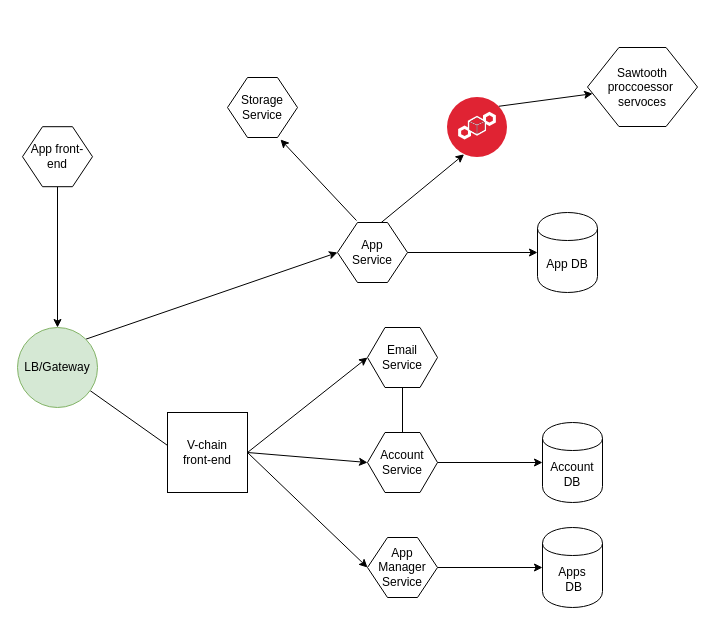
Above: page "architecture" (1 of 2) of v-chain microservices architecture.drawio in NTT-TNN/draw (draw.io), before the change. Source tidied: cells renumbered, new cells numbered last; positions are measured from the earlier drawing's top-left corner, leaving out a move shared by most shapes. Both pictures are drawn from the tidied source at 100%, with x=0, y=0 at pixel (17, 47).
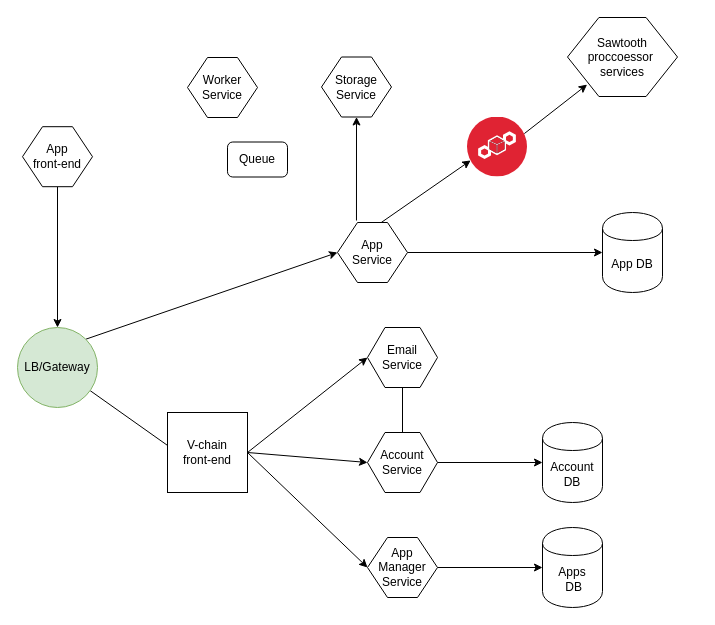
Above is the later version.

The change refers to these unchanged cells:
```xml
<mxCell id="11" value="App&lt;br&gt;Service" style="shape=hexagon;html=1;whiteSpace=wrap;perimeter=hexagonPerimeter;rounded=0;size=0.2857142857142857;" parent="1" vertex="1">
  <mxGeometry x="320" y="175" width="70" height="60" as="geometry" />
</mxCell>
```

The edit, as a diff of the source:
```diff
@@
-    <mxCell id="9" style="edgeStyle=none;rounded=0;jettySize=auto;html=1;exitX=0.271;exitY=-0.033;exitDx=0;exitDy=0;entryX=0.757;entryY=1.033;entryDx=0;entryDy=0;exitPerimeter=0;entryPerimeter=0;" parent="1" edge="1" source="11" target="18">
+    <mxCell id="9" style="edgeStyle=none;rounded=0;jettySize=auto;html=1;exitX=0.271;exitY=-0.033;exitDx=0;exitDy=0;entryX=0.5;entryY=1;entryDx=0;entryDy=0;exitPerimeter=0;" parent="1" edge="1" source="11" target="18">
       <mxGeometry relative="1" as="geometry" />
     </mxCell>
-    <mxCell id="10" style="rounded=0;jettySize=auto;html=1;exitX=0.625;exitY=0;exitDx=0;exitDy=0;entryX=0.25;entryY=1;entryDx=0;entryDy=0;" parent="1" edge="1" source="11" target="25">
+    <mxCell id="10" style="rounded=0;jettySize=auto;html=1;exitX=0.625;exitY=0;exitDx=0;exitDy=0;entryX=0;entryY=0.75;entryDx=0;entryDy=0;" parent="1" edge="1" source="11" target="25">
       <mxGeometry relative="1" as="geometry" />
     </mxCell>
@@
     <mxCell id="16" value="App DB&lt;br&gt;" style="shape=cylinder;whiteSpace=wrap;html=1;boundedLbl=1;backgroundOutline=1;" parent="1" vertex="1">
-      <mxGeometry x="520" y="165" width="60" height="80" as="geometry" />
+      <mxGeometry x="585" y="165" width="60" height="80" as="geometry" />
     </mxCell>
@@
     <mxCell id="18" value="Storage&lt;br&gt;Service" style="shape=hexagon;html=1;whiteSpace=wrap;perimeter=hexagonPerimeter;rounded=0;size=0.2857142857142857;" parent="1" vertex="1">
-      <mxGeometry x="210" y="30" width="70" height="60" as="geometry" />
+      <mxGeometry x="304" y="9.5" width="70" height="60" as="geometry" />
     </mxCell>
-    <mxCell id="19" value="Sawtooth proccoessor&amp;nbsp;&lt;br&gt;servoces" style="shape=hexagon;html=1;whiteSpace=wrap;perimeter=hexagonPerimeter;rounded=0;size=0.2857142857142857;" parent="1" vertex="1">
-      <mxGeometry x="570" width="110" height="79" as="geometry" />
+    <mxCell id="19" value="Sawtooth proccoessor&amp;nbsp;&lt;br&gt;services" style="shape=hexagon;html=1;whiteSpace=wrap;perimeter=hexagonPerimeter;rounded=0;size=0.2857142857142857;" parent="1" vertex="1">
+      <mxGeometry x="550" y="-30" width="110" height="79" as="geometry" />
     </mxCell>
@@
-    <mxCell id="24" style="edgeStyle=none;rounded=0;jettySize=auto;html=1;exitX=1;exitY=0;exitDx=0;exitDy=0;" parent="1" edge="1" source="25" target="19">
+    <mxCell id="24" style="edgeStyle=none;rounded=0;jettySize=auto;html=1;exitX=1;exitY=0.25;exitDx=0;exitDy=0;" parent="1" edge="1" source="25" target="19">
       <mxGeometry relative="1" as="geometry" />
     </mxCell>
     <mxCell id="25" style="perimeter=ellipsePerimeter;html=1;align=center;shadow=0;dashed=0;fontColor=#4277BB;labelBackgroundColor=#ffffff;fontSize=12;spacingTop=3;image;image=img/lib/ibm/security/blockchain_security_service.svg;" parent="1" vertex="1">
-      <mxGeometry x="430" y="50" width="60" height="60" as="geometry" />
+      <mxGeometry x="450" y="69.5" width="60" height="60" as="geometry" />
     </mxCell>
@@
-    <mxCell id="27" value="App front-end" style="shape=hexagon;html=1;whiteSpace=wrap;perimeter=hexagonPerimeter;rounded=0;size=0.2857142857142857;" parent="1" vertex="1">
+    <mxCell id="27" value="App &lt;br&gt;front-end" style="shape=hexagon;html=1;whiteSpace=wrap;perimeter=hexagonPerimeter;rounded=0;size=0.2857142857142857;" parent="1" vertex="1">
       <mxGeometry x="5" y="79.2" width="70" height="60" as="geometry" />
     </mxCell>
+    <mxCell id="28" value="Queue" style="rounded=1;whiteSpace=wrap;html=1;" parent="1" vertex="1">
+      <mxGeometry x="210" y="94.5" width="60" height="35" as="geometry" />
+    </mxCell>
+    <mxCell id="29" value="Worker&lt;br&gt;Service" style="shape=hexagon;html=1;whiteSpace=wrap;perimeter=hexagonPerimeter;rounded=0;size=0.2857142857142857;" parent="1" vertex="1">
+      <mxGeometry x="170" y="10" width="70" height="60" as="geometry" />
+    </mxCell>
```
